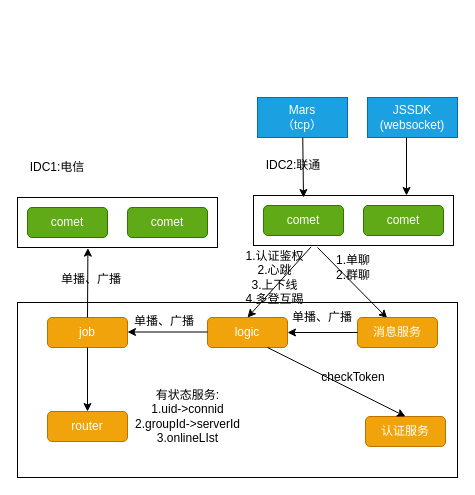
The draw.io diagram arch/goim/goim.drawio in zhangchuhu/drawio, before the edit. Source tidied: cells renumbered, new cells numbered last; positions are measured from the earlier drawing's top-left corner, leaving out a move shared by most shapes. Both pictures are drawn from the tidied source at 100%, with x=0, y=0 at pixel (17, 97).
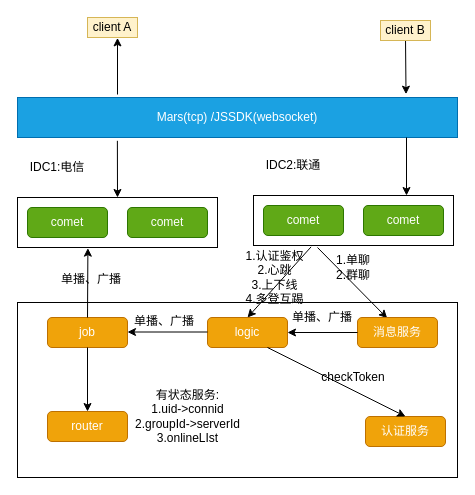
Above is the later version.

The change refers to these unchanged cells:
```xml
<mxCell id="3" style="rounded=0;whiteSpace=wrap;html=1;" parent="1" vertex="1">
  <mxGeometry y="100" width="200" height="50" as="geometry" />
</mxCell>
```

Diff of the diagram source:
```diff
@@
-    <mxCell id="4" value="Mars&lt;br&gt;（tcp）" style="rounded=0;whiteSpace=wrap;html=1;fillColor=#1ba1e2;strokeColor=#006EAF;fontColor=#ffffff;" parent="1" vertex="1">
-      <mxGeometry x="240" width="90" height="40" as="geometry" />
+    <mxCell id="4" value="Mars(tcp) /JSSDK(websocket)" style="rounded=0;whiteSpace=wrap;html=1;fillColor=#1ba1e2;strokeColor=#006EAF;fontColor=#ffffff;" parent="1" vertex="1">
+      <mxGeometry width="440" height="40" as="geometry" />
     </mxCell>
-    <mxCell id="5" value="JSSDK&lt;br&gt;(websocket)" style="rounded=0;whiteSpace=wrap;html=1;fillColor=#1ba1e2;strokeColor=#006EAF;fontColor=#ffffff;" parent="1" vertex="1">
-      <mxGeometry x="350" width="90" height="40" as="geometry" />
-    </mxCell>
@@
-    <mxCell id="32" style="endArrow=classic;html=1;" parent="1" edge="1" source="4">
-      <mxGeometry relative="1" as="geometry">
-        <mxPoint x="286" y="100" as="targetPoint" />
-      </mxGeometry>
+    <mxCell id="32" style="endArrow=classic;html=1;entryX=0.5;entryY=0;entryDx=0;entryDy=0;exitX=0.227;exitY=1.083;exitDx=0;exitDy=0;exitPerimeter=0;" parent="1" edge="1" source="4" target="3">
+      <mxGeometry relative="1" as="geometry" />
     </mxCell>
@@
+    <mxCell id="34" style="endArrow=classic;html=1;entryX=0.5;entryY=1;entryDx=0;entryDy=0;" parent="1" edge="1">
+      <mxGeometry relative="1" as="geometry">
+        <mxPoint x="100" y="-3" as="sourcePoint" />
+        <mxPoint x="100" y="-59.6" as="targetPoint" />
+      </mxGeometry>
+    </mxCell>
+    <mxCell id="35" style="endArrow=classic;html=1;exitX=0.5;exitY=1;exitDx=0;exitDy=0;entryX=0.883;entryY=-0.083;entryDx=0;entryDy=0;entryPerimeter=0;" parent="1" edge="1" target="4">
+      <mxGeometry relative="1" as="geometry">
+        <mxPoint x="388" y="-59.6" as="sourcePoint" />
+      </mxGeometry>
+    </mxCell>
+    <mxCell id="36" value="client A" style="rounded=0;whiteSpace=wrap;html=1;fillColor=#fff2cc;strokeColor=#d6b656;" parent="1" vertex="1">
+      <mxGeometry x="70" y="-80" width="50" height="20" as="geometry" />
+    </mxCell>
+    <mxCell id="37" value="client B" style="rounded=0;whiteSpace=wrap;html=1;fillColor=#fff2cc;strokeColor=#d6b656;" parent="1" vertex="1">
+      <mxGeometry x="363" y="-77" width="50" height="20" as="geometry" />
+    </mxCell>
```
